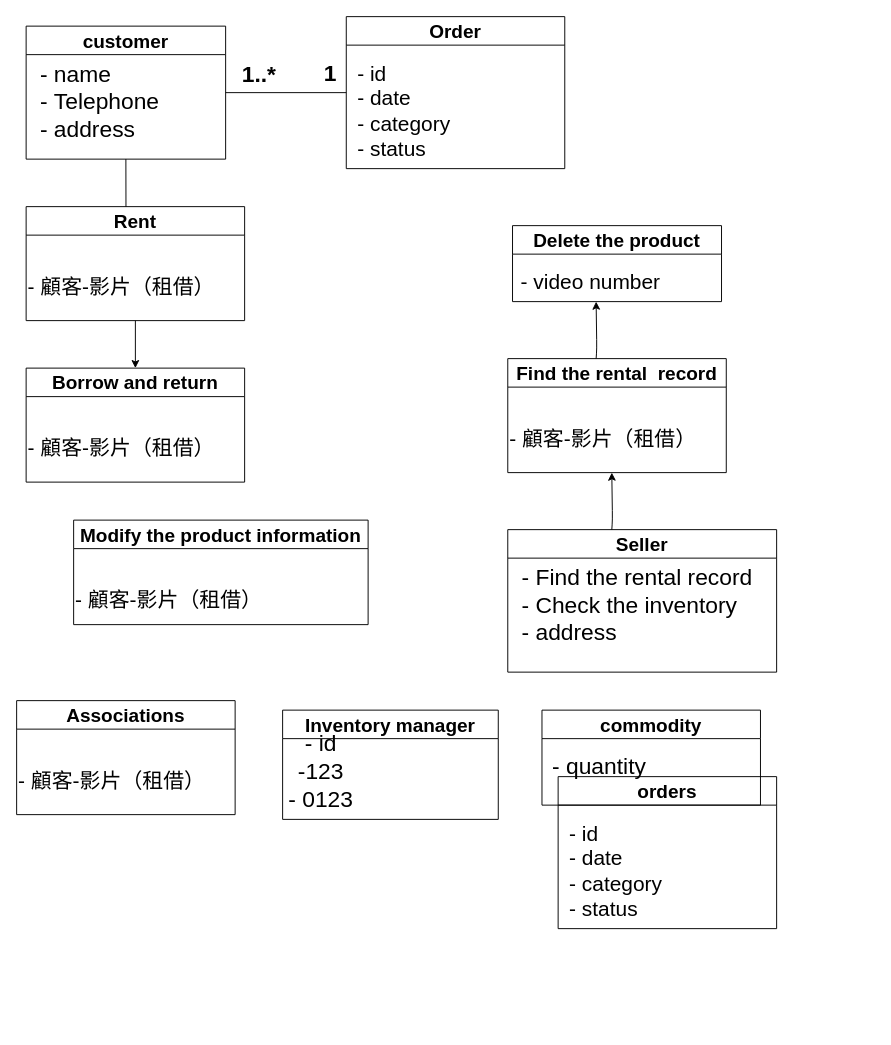
as37470317/112-2Finalproject keeps this draw.io diagram as page "第1頁" (1 of 2) of answer.drawio. Above is the earlier version. Source tidied: cells renumbered, new cells numbered last; positions are measured from the earlier drawing's top-left corner, leaving out a move shared by most shapes. Both pictures are drawn from the tidied source at 95%, with x=0, y=0 at pixel (16, 16).
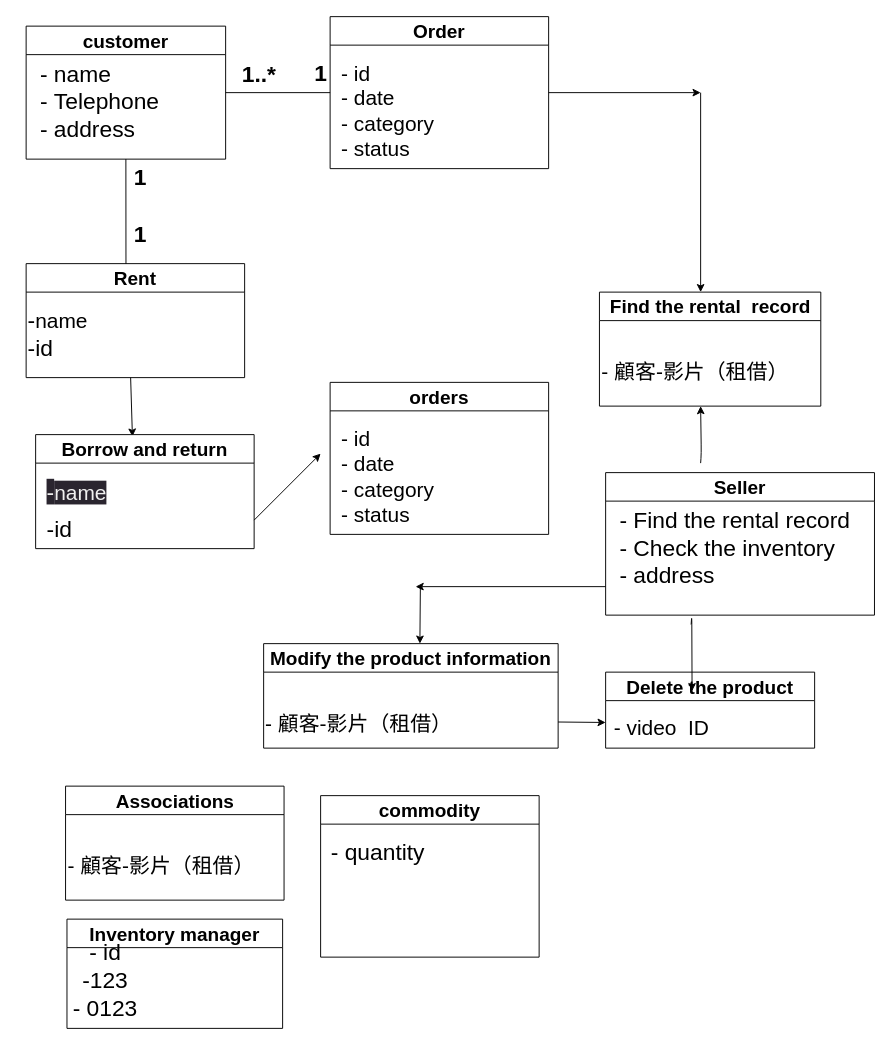
After the change.

Change to the diagram source:
```diff
@@
-    <mxCell id="2" value="&lt;font style=&quot;font-size: 20px;&quot;&gt;orders&lt;/font&gt;" style="swimlane;whiteSpace=wrap;html=1;startSize=30;" parent="1" vertex="1">
-      <mxGeometry x="570" y="800" width="230" height="160" as="geometry" />
-    </mxCell>
-    <mxCell id="3" value="&lt;font style=&quot;&quot;&gt;&lt;span style=&quot;font-size: 22px;&quot;&gt;- id&lt;/span&gt;&lt;/font&gt;&lt;font style=&quot;&quot;&gt;&lt;br&gt;&lt;span style=&quot;font-size: 22px;&quot;&gt;-&amp;nbsp;date&lt;/span&gt;&lt;br&gt;&lt;span style=&quot;font-size: 22px;&quot;&gt;- category&lt;br&gt;&lt;/span&gt;&lt;font style=&quot;font-size: 22px;&quot;&gt;- status&lt;/font&gt;&lt;br&gt;&lt;/font&gt;" style="text;html=1;align=left;verticalAlign=middle;strokeColor=none;fillColor=none;" parent="2" vertex="1">
-      <mxGeometry x="10" y="40" width="120" height="120" as="geometry" />
-    </mxCell>
     <mxCell id="4" value="&lt;font style=&quot;font-size: 20px;&quot;&gt;Associations&lt;/font&gt;" style="swimlane;whiteSpace=wrap;html=1;startSize=30;" parent="1" vertex="1">
-      <mxGeometry y="720" width="230" height="120" as="geometry" />
+      <mxGeometry x="51.5" y="810" width="230" height="120" as="geometry" />
     </mxCell>
@@
     <mxCell id="6" value="&lt;font style=&quot;font-size: 20px;&quot;&gt;commodity&lt;/font&gt;" style="swimlane;whiteSpace=wrap;html=1;startSize=30;" parent="1" vertex="1">
-      <mxGeometry x="553" y="730" width="230" height="100" as="geometry" />
+      <mxGeometry x="320" y="820" width="230" height="170" as="geometry" />
     </mxCell>
@@
     <mxCell id="12" value="&lt;font style=&quot;font-size: 20px;&quot;&gt;Inventory manager&lt;/font&gt;" style="swimlane;whiteSpace=wrap;html=1;startSize=30;" parent="1" vertex="1">
-      <mxGeometry x="280" y="730" width="227" height="115" as="geometry" />
+      <mxGeometry x="53" y="950" width="227" height="115" as="geometry" />
     </mxCell>
@@
     <mxCell id="15" value="1" style="text;strokeColor=none;fillColor=none;html=1;fontSize=24;fontStyle=1;verticalAlign=middle;align=center;" parent="1" vertex="1">
-      <mxGeometry x="280" y="40" width="100" height="40" as="geometry" />
+      <mxGeometry x="270" y="40" width="100" height="40" as="geometry" />
     </mxCell>
+    <mxCell id="33" style="edgeStyle=none;html=1;exitX=1;exitY=0.5;exitDx=0;exitDy=0;" parent="1" edge="1" source="16">
+      <mxGeometry relative="1" as="geometry">
+        <mxPoint x="720" y="80" as="targetPoint" />
+      </mxGeometry>
+    </mxCell>
     <mxCell id="16" value="&lt;font style=&quot;font-size: 20px;&quot;&gt;Order&lt;/font&gt;" style="swimlane;whiteSpace=wrap;html=1;startSize=30;" parent="1" vertex="1">
-      <mxGeometry x="347" width="230" height="160" as="geometry" />
+      <mxGeometry x="330" width="230" height="160" as="geometry" />
     </mxCell>
@@
+    <mxCell id="34" style="edgeStyle=none;html=1;exitX=0;exitY=0.5;exitDx=0;exitDy=0;" parent="1" edge="1">
+      <mxGeometry relative="1" as="geometry">
+        <mxPoint x="620" y="600" as="sourcePoint" />
+        <mxPoint x="420" y="600" as="targetPoint" />
+      </mxGeometry>
+    </mxCell>
     <mxCell id="18" value="&lt;span style=&quot;font-size: 20px;&quot;&gt;Seller&lt;/span&gt;" style="swimlane;whiteSpace=wrap;html=1;startSize=30;" parent="1" vertex="1">
-      <mxGeometry x="517" y="540" width="283" height="150" as="geometry" />
+      <mxGeometry x="620" y="480" width="283" height="150" as="geometry" />
     </mxCell>
@@
     <mxCell id="20" value="&lt;span style=&quot;font-size: 20px;&quot;&gt;Find the rental&amp;nbsp; record&lt;/span&gt;" style="swimlane;whiteSpace=wrap;html=1;startSize=30;" parent="1" vertex="1">
-      <mxGeometry x="517" y="360" width="230" height="120" as="geometry" />
+      <mxGeometry x="613.5" y="290" width="233" height="120" as="geometry" />
     </mxCell>
@@
-    <mxCell id="22" style="edgeStyle=none;html=1;exitX=0.5;exitY=1;exitDx=0;exitDy=0;entryX=0.5;entryY=0;entryDx=0;entryDy=0;" parent="1" edge="1" source="23" target="25">
-      <mxGeometry relative="1" as="geometry" />
+    <mxCell id="22" style="edgeStyle=none;html=1;entryX=0.443;entryY=0.017;entryDx=0;entryDy=0;entryPerimeter=0;" parent="1" edge="1" target="25">
+      <mxGeometry relative="1" as="geometry">
+        <mxPoint x="120" y="380" as="sourcePoint" />
+      </mxGeometry>
     </mxCell>
     <mxCell id="23" value="&lt;span style=&quot;font-size: 20px;&quot;&gt;Rent&lt;/span&gt;" style="swimlane;whiteSpace=wrap;html=1;startSize=30;" parent="1" vertex="1">
-      <mxGeometry x="10" y="200" width="230" height="120" as="geometry" />
+      <mxGeometry x="10" y="260" width="230" height="120" as="geometry" />
     </mxCell>
-    <mxCell id="24" value="&lt;font style=&quot;font-size: 22px;&quot;&gt; - 顧客-影片（租借）&lt;br&gt;&lt;/font&gt;" style="text;html=1;align=left;verticalAlign=middle;strokeColor=none;fillColor=none;" parent="23" vertex="1">
-      <mxGeometry y="65" width="220" height="40" as="geometry" />
+    <mxCell id="24" value="&lt;font style=&quot;font-size: 22px;&quot;&gt;&lt;span style=&quot;font-size: 24px;&quot;&gt;-&lt;/span&gt;name&lt;br&gt;&lt;/font&gt;" style="text;html=1;align=left;verticalAlign=middle;strokeColor=none;fillColor=none;" parent="23" vertex="1">
+      <mxGeometry y="40" width="90" height="40" as="geometry" />
     </mxCell>
+    <mxCell id="35" value="&lt;font style=&quot;font-size: 22px;&quot;&gt;&lt;span style=&quot;font-size: 24px;&quot;&gt;-id&lt;/span&gt;&lt;br&gt;&lt;/font&gt;" style="text;html=1;align=left;verticalAlign=middle;strokeColor=none;fillColor=none;" parent="23" vertex="1">
+      <mxGeometry y="70" width="50" height="40" as="geometry" />
+    </mxCell>
+    <mxCell id="36" style="edgeStyle=none;html=1;exitX=1;exitY=0.75;exitDx=0;exitDy=0;" parent="1" edge="1" source="25">
+      <mxGeometry relative="1" as="geometry">
+        <mxPoint x="320" y="460" as="targetPoint" />
+      </mxGeometry>
+    </mxCell>
     <mxCell id="25" value="&lt;span style=&quot;font-size: 20px;&quot;&gt;Borrow and return&lt;/span&gt;" style="swimlane;whiteSpace=wrap;html=1;startSize=30;" parent="1" vertex="1">
-      <mxGeometry x="10" y="370" width="230" height="120" as="geometry" />
+      <mxGeometry x="20" y="440" width="230" height="120" as="geometry" />
     </mxCell>
-    <mxCell id="26" value="&lt;font style=&quot;font-size: 22px;&quot;&gt; - 顧客-影片（租借）&lt;br&gt;&lt;/font&gt;" style="text;html=1;align=left;verticalAlign=middle;strokeColor=none;fillColor=none;" parent="25" vertex="1">
-      <mxGeometry y="65" width="220" height="40" as="geometry" />
-    </mxCell>
+    <mxCell id="37" value="&lt;font style=&quot;font-size: 22px;&quot;&gt;&lt;span style=&quot;font-size: 24px;&quot;&gt;-id&lt;/span&gt;&lt;br&gt;&lt;/font&gt;" style="text;html=1;align=left;verticalAlign=middle;strokeColor=none;fillColor=none;" parent="25" vertex="1">
+      <mxGeometry x="10" y="80" width="50" height="40" as="geometry" />
+    </mxCell>
+    <mxCell id="38" value="&lt;span style=&quot;border-color: rgb(0, 0, 0); color: rgb(240, 240, 240); font-family: Helvetica; font-style: normal; font-variant-ligatures: normal; font-variant-caps: normal; font-weight: 400; letter-spacing: normal; orphans: 2; text-align: left; text-indent: 0px; text-transform: none; widows: 2; word-spacing: 0px; -webkit-text-stroke-width: 0px; background-color: rgb(42, 37, 47); text-decoration-thickness: initial; text-decoration-style: initial; text-decoration-color: initial; font-size: 24px;&quot;&gt;-&lt;/span&gt;&lt;span style=&quot;color: rgb(240, 240, 240); font-family: Helvetica; font-size: 22px; font-style: normal; font-variant-ligatures: normal; font-variant-caps: normal; font-weight: 400; letter-spacing: normal; orphans: 2; text-align: left; text-indent: 0px; text-transform: none; widows: 2; word-spacing: 0px; -webkit-text-stroke-width: 0px; background-color: rgb(42, 37, 47); text-decoration-thickness: initial; text-decoration-style: initial; text-decoration-color: initial; float: none; display: inline !important;&quot;&gt;name&lt;/span&gt;" style="text;whiteSpace=wrap;html=1;" parent="25" vertex="1">
+      <mxGeometry x="10" y="40" width="100" height="50" as="geometry" />
+    </mxCell>
     <mxCell id="27" value="&lt;span style=&quot;font-size: 20px;&quot;&gt;Delete the product&lt;/span&gt;" style="swimlane;whiteSpace=wrap;html=1;startSize=30;" parent="1" vertex="1">
-      <mxGeometry x="522" y="220" width="220" height="80" as="geometry" />
+      <mxGeometry x="620" y="690" width="220" height="80" as="geometry" />
     </mxCell>
-    <mxCell id="28" value="&lt;font style=&quot;font-size: 22px;&quot;&gt; - video number&lt;br&gt;&lt;/font&gt;" style="text;html=1;align=left;verticalAlign=middle;strokeColor=none;fillColor=none;" parent="27" vertex="1">
-      <mxGeometry x="7" y="40" width="170" height="40" as="geometry" />
+    <mxCell id="28" value="&lt;font style=&quot;font-size: 22px;&quot;&gt; - video&amp;nbsp; ID&lt;br&gt;&lt;/font&gt;" style="text;html=1;align=left;verticalAlign=middle;strokeColor=none;fillColor=none;" parent="27" vertex="1">
+      <mxGeometry x="7" y="40" width="120" height="40" as="geometry" />
     </mxCell>
+    <mxCell id="39" style="edgeStyle=none;html=1;" parent="1" edge="1">
+      <mxGeometry relative="1" as="geometry">
+        <mxPoint x="425" y="600" as="sourcePoint" />
+        <mxPoint x="424.5" y="660" as="targetPoint" />
+      </mxGeometry>
+    </mxCell>
+    <mxCell id="40" style="edgeStyle=none;html=1;exitX=1;exitY=0.75;exitDx=0;exitDy=0;" parent="1" edge="1">
+      <mxGeometry relative="1" as="geometry">
+        <mxPoint x="570" y="742.5" as="sourcePoint" />
+        <mxPoint x="620" y="743" as="targetPoint" />
+      </mxGeometry>
+    </mxCell>
     <mxCell id="29" value="&lt;span style=&quot;font-size: 20px;&quot;&gt;Modify the product information&lt;/span&gt;" style="swimlane;whiteSpace=wrap;html=1;startSize=30;" parent="1" vertex="1">
-      <mxGeometry x="60" y="530" width="310" height="110" as="geometry" />
+      <mxGeometry x="260" y="660" width="310" height="110" as="geometry" />
     </mxCell>
@@
     <mxCell id="31" style="edgeStyle=none;html=1;" parent="1" edge="1">
       <mxGeometry relative="1" as="geometry">
-        <mxPoint x="626.5" y="540" as="sourcePoint" />
-        <mxPoint x="626.5" y="480" as="targetPoint" />
+        <mxPoint x="720" y="470" as="sourcePoint" />
+        <mxPoint x="720" y="410" as="targetPoint" />
         <Array as="points">
-          <mxPoint x="627.2" y="530" />
+          <mxPoint x="720.7" y="460" />
         </Array>
       </mxGeometry>
     </mxCell>
     <mxCell id="32" style="edgeStyle=none;html=1;" parent="1" edge="1">
       <mxGeometry relative="1" as="geometry">
-        <mxPoint x="610" y="360" as="sourcePoint" />
-        <mxPoint x="610" y="300" as="targetPoint" />
+        <mxPoint x="710" y="640" as="sourcePoint" />
+        <mxPoint x="711" y="710" as="targetPoint" />
         <Array as="points">
-          <mxPoint x="610.7" y="350" />
+          <mxPoint x="710.7" y="630" />
         </Array>
       </mxGeometry>
     </mxCell>
+    <mxCell id="2" value="&lt;font style=&quot;font-size: 20px;&quot;&gt;orders&lt;/font&gt;" style="swimlane;whiteSpace=wrap;html=1;startSize=30;" parent="1" vertex="1">
+      <mxGeometry x="330" y="385" width="230" height="160" as="geometry" />
+    </mxCell>
+    <mxCell id="3" value="&lt;font style=&quot;&quot;&gt;&lt;span style=&quot;font-size: 22px;&quot;&gt;- id&lt;/span&gt;&lt;/font&gt;&lt;font style=&quot;&quot;&gt;&lt;br&gt;&lt;span style=&quot;font-size: 22px;&quot;&gt;-&amp;nbsp;date&lt;/span&gt;&lt;br&gt;&lt;span style=&quot;font-size: 22px;&quot;&gt;- category&lt;br&gt;&lt;/span&gt;&lt;font style=&quot;font-size: 22px;&quot;&gt;- status&lt;/font&gt;&lt;br&gt;&lt;/font&gt;" style="text;html=1;align=left;verticalAlign=middle;strokeColor=none;fillColor=none;" parent="2" vertex="1">
+      <mxGeometry x="10" y="40" width="120" height="120" as="geometry" />
+    </mxCell>
+    <mxCell id="41" style="edgeStyle=none;html=1;exitX=1;exitY=0.5;exitDx=0;exitDy=0;" parent="1" edge="1">
+      <mxGeometry relative="1" as="geometry">
+        <mxPoint x="720" y="80" as="sourcePoint" />
+        <mxPoint x="720" y="290" as="targetPoint" />
+      </mxGeometry>
+    </mxCell>
+    <mxCell id="42" value="1" style="text;strokeColor=none;fillColor=none;html=1;fontSize=24;fontStyle=1;verticalAlign=middle;align=center;" parent="1" vertex="1">
+      <mxGeometry x="80" y="150" width="100" height="40" as="geometry" />
+    </mxCell>
+    <mxCell id="43" value="1" style="text;strokeColor=none;fillColor=none;html=1;fontSize=24;fontStyle=1;verticalAlign=middle;align=center;" parent="1" vertex="1">
+      <mxGeometry x="80" y="210" width="100" height="40" as="geometry" />
+    </mxCell>
```
